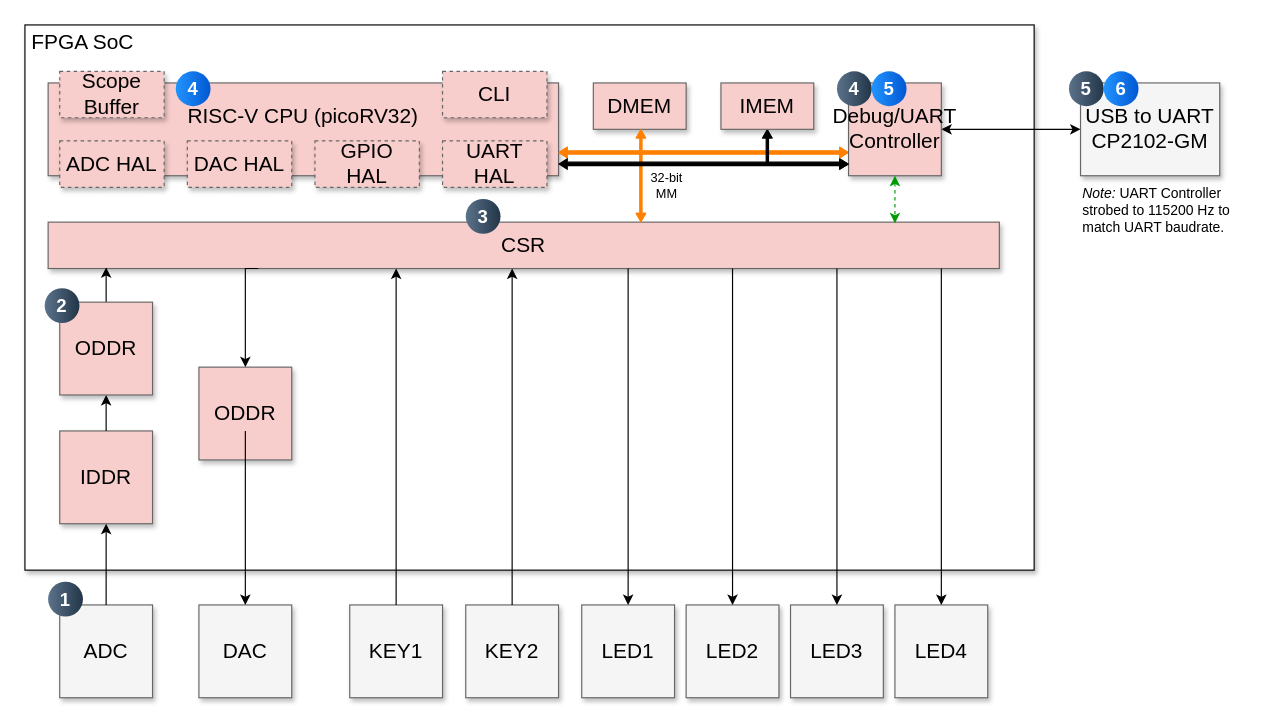
The draw.io diagram 3.miniac/0.doc/miniac.drawio in chili-chips-ba/uberClock, before the edit. Source tidied: cells renumbered, new cells numbered last; positions are measured from the earlier drawing's top-left corner, leaving out a move shared by most shapes. Both pictures are drawn from the tidied source at 116%, with x=0, y=0 at pixel (24, 24).
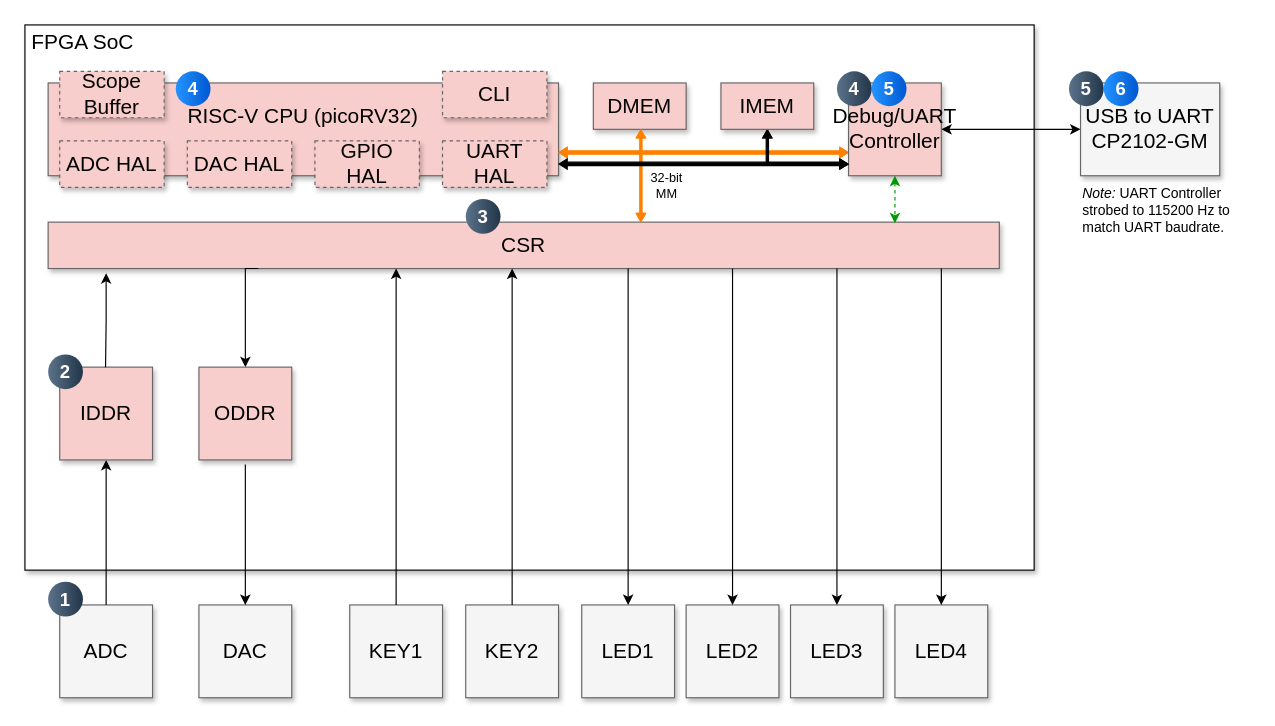
Above is the later version.

Unchanged cells that the change refers to:
```xml
<mxCell id="26" value="DAC" style="whiteSpace=wrap;html=1;shadow=1;fontSize=18;fillColor=#f5f5f5;strokeColor=#666666;" parent="1" vertex="1">
  <mxGeometry x="150" y="500" width="80" height="80" as="geometry" />
</mxCell>
```

Diff of the diagram source:
```diff
@@
-    <mxCell id="32" style="edgeStyle=orthogonalEdgeStyle;rounded=0;jettySize=auto;html=1;exitX=0.5;exitY=0;exitDx=0;exitDy=0;" parent="1" edge="1" source="52">
-      <mxGeometry relative="1" as="geometry">
-        <mxPoint x="70" y="209" as="targetPoint" />
-        <Array as="points">
-          <mxPoint x="70" y="209" />
-        </Array>
-      </mxGeometry>
-    </mxCell>
@@
     <mxCell id="38" value="IDDR" style="whiteSpace=wrap;html=1;shadow=1;fontSize=18;fillColor=#F8CECC;strokeColor=#666666;" parent="1" vertex="1">
-      <mxGeometry x="30" y="350" width="80" height="80" as="geometry" />
+      <mxGeometry x="30" y="295" width="80" height="80" as="geometry" />
     </mxCell>
-    <mxCell id="39" style="edgeStyle=orthogonalEdgeStyle;rounded=0;jettySize=auto;html=1;exitX=0.5;exitY=0;exitDx=0;exitDy=0;startArrow=classic;startFill=1;endArrow=none;entryX=0.221;entryY=1;entryDx=0;entryDy=0;entryPerimeter=0;" parent="1" edge="1" source="26">
+    <mxCell id="39" style="edgeStyle=orthogonalEdgeStyle;rounded=0;jettySize=auto;html=1;exitX=0.5;exitY=0;exitDx=0;exitDy=0;startArrow=classic;startFill=1;endArrow=none;" parent="1" edge="1" source="26">
       <mxGeometry relative="1" as="geometry">
-        <mxPoint x="190" y="350" as="targetPoint" />
+        <mxPoint x="190" y="379" as="targetPoint" />
       </mxGeometry>
     </mxCell>
@@
-    <mxCell id="51" style="edgeStyle=orthogonalEdgeStyle;rounded=0;jettySize=auto;html=1;exitX=0.5;exitY=0;exitDx=0;exitDy=0;" parent="1" edge="1" source="38" target="52">
-      <mxGeometry relative="1" as="geometry" />
-    </mxCell>
-    <mxCell id="52" value="ODDR" style="whiteSpace=wrap;html=1;shadow=1;fontSize=18;fillColor=#F8CECC;strokeColor=#666666;" parent="1" vertex="1">
-      <mxGeometry x="30" y="239" width="80" height="80" as="geometry" />
-    </mxCell>
     <mxCell id="53" value="2" style="ellipse;whiteSpace=wrap;html=1;rotation=0;gradientColor=#223548;strokeColor=none;gradientDirection=east;fillColor=#5b738b;rounded=0;fontFamily=Helvetica;fontSize=16;fontColor=#FFFFFF;spacingTop=4;spacingBottom=4;spacingLeft=4;spacingRight=4;fontStyle=1;" parent="1" vertex="1">
-      <mxGeometry x="17" y="227" width="30" height="30" as="geometry" />
+      <mxGeometry x="20" y="284" width="30" height="30" as="geometry" />
     </mxCell>
+    <mxCell id="54" style="edgeStyle=orthogonalEdgeStyle;rounded=0;orthogonalLoop=1;jettySize=auto;html=1;exitX=0.5;exitY=0;exitDx=0;exitDy=0;" parent="1" edge="1">
+      <mxGeometry relative="1" as="geometry">
+        <mxPoint x="69.5" y="295" as="sourcePoint" />
+        <mxPoint x="70" y="214" as="targetPoint" />
+      </mxGeometry>
+    </mxCell>
```
